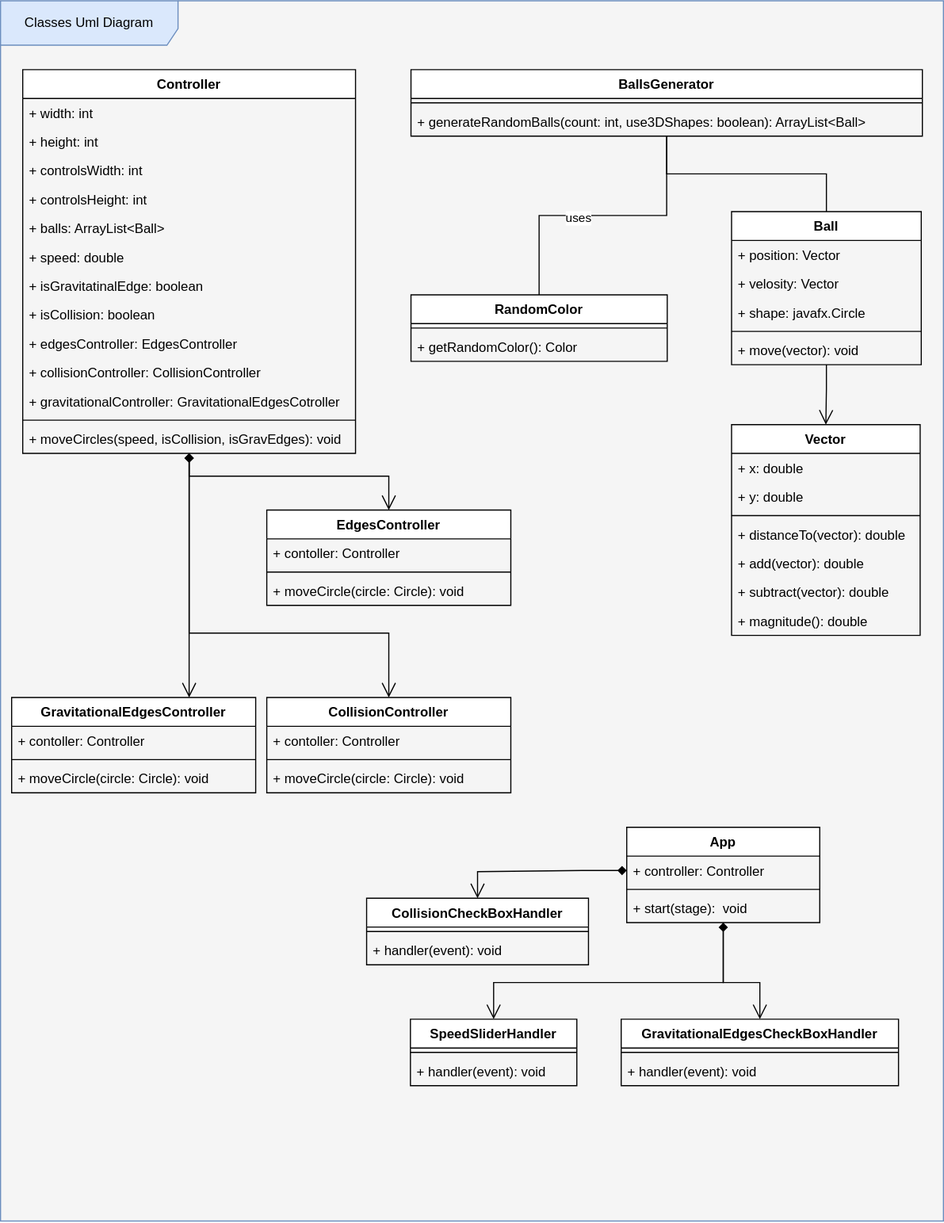
MuhammadSawalhy/bouncing-balls-javafx keeps this draw.io diagram as bouncing-balls-class-uml.svg. Above is the earlier version. Source tidied: cells renumbered, new cells last; positions are measured from the earlier drawing's top-left corner, leaving out a move shared by most shapes.
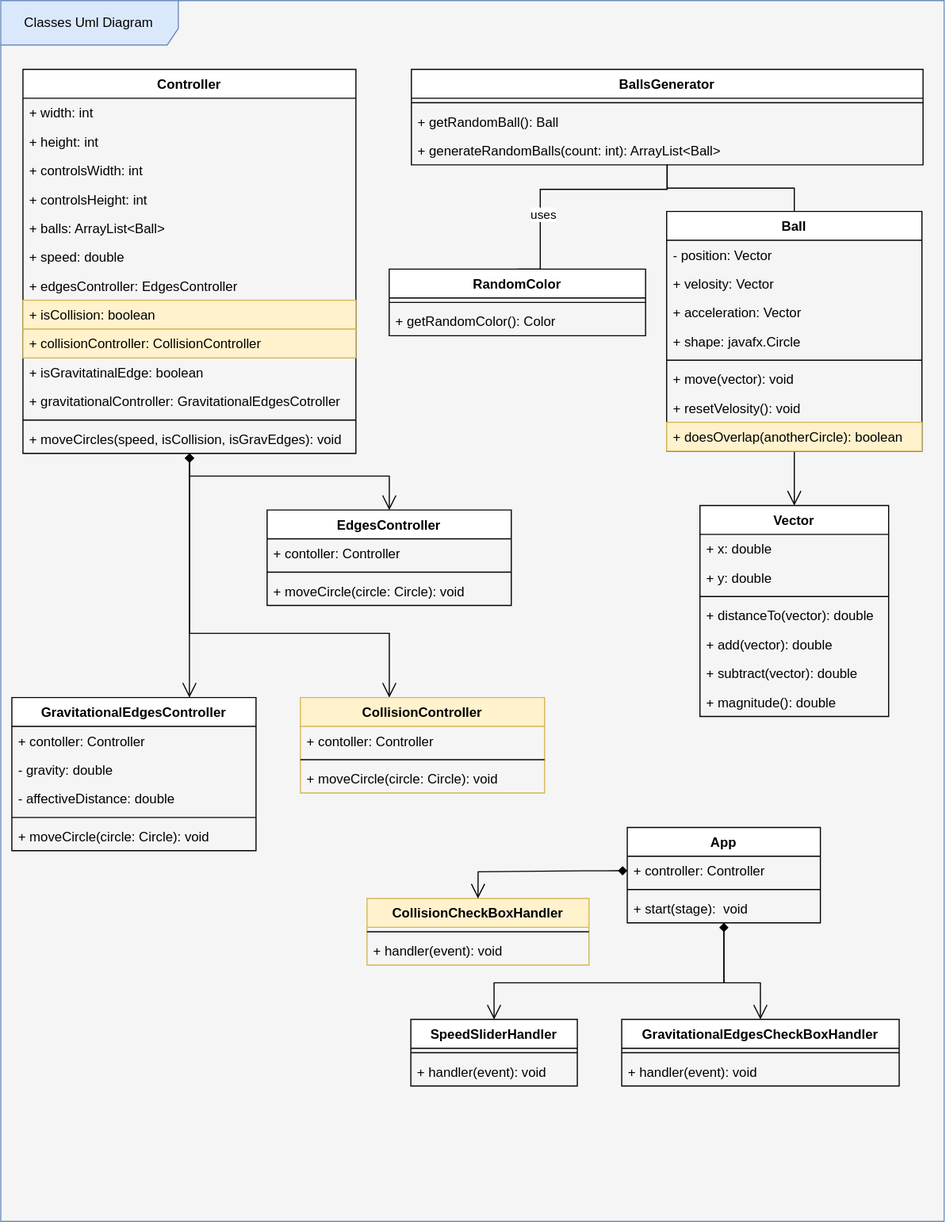
The same diagram one commit later.

Commit message:
Assign tasks, postpone ball collision implementation

Change to the diagram source:
```diff
@@ -45,18 +45,18 @@
     <mxCell id="12" value="+ speed: double" style="text;strokeColor=none;fillColor=none;align=left;verticalAlign=top;spacingLeft=4;spacingRight=4;overflow=hidden;shadow=0;" parent="6" vertex="1">
       <mxGeometry y="156" width="300" height="26" as="geometry" />
     </mxCell>
+    <mxCell id="15" value="+ edgesController: EdgesController" style="text;strokeColor=none;fillColor=none;align=left;verticalAlign=top;spacingLeft=4;spacingRight=4;overflow=hidden;shadow=0;" parent="6" vertex="1">
+      <mxGeometry y="182" width="300" height="26" as="geometry" />
+    </mxCell>
+    <mxCell id="14" value="+ isCollision: boolean" style="text;strokeColor=#d6b656;fillColor=#fff2cc;align=left;verticalAlign=top;spacingLeft=4;spacingRight=4;overflow=hidden;shadow=0;" parent="6" vertex="1">
+      <mxGeometry y="208" width="300" height="26" as="geometry" />
+    </mxCell>
+    <mxCell id="16" value="+ collisionController: CollisionController" style="text;strokeColor=#d6b656;fillColor=#fff2cc;align=left;verticalAlign=top;spacingLeft=4;spacingRight=4;overflow=hidden;shadow=0;" parent="6" vertex="1">
+      <mxGeometry y="234" width="300" height="26" as="geometry" />
+    </mxCell>
     <mxCell id="13" value="+ isGravitatinalEdge: boolean" style="text;strokeColor=none;fillColor=none;align=left;verticalAlign=top;spacingLeft=4;spacingRight=4;overflow=hidden;shadow=0;" parent="6" vertex="1">
-      <mxGeometry y="182" width="300" height="26" as="geometry" />
+      <mxGeometry y="260" width="300" height="26" as="geometry" />
     </mxCell>
-    <mxCell id="14" value="+ isCollision: boolean" style="text;strokeColor=none;fillColor=none;align=left;verticalAlign=top;spacingLeft=4;spacingRight=4;overflow=hidden;shadow=0;" parent="6" vertex="1">
-      <mxGeometry y="208" width="300" height="26" as="geometry" />
-    </mxCell>
-    <mxCell id="15" value="+ edgesController: EdgesController" style="text;strokeColor=none;fillColor=none;align=left;verticalAlign=top;spacingLeft=4;spacingRight=4;overflow=hidden;shadow=0;" parent="6" vertex="1">
-      <mxGeometry y="234" width="300" height="26" as="geometry" />
-    </mxCell>
-    <mxCell id="16" value="+ collisionController: CollisionController" style="text;strokeColor=none;fillColor=none;align=left;verticalAlign=top;spacingLeft=4;spacingRight=4;overflow=hidden;shadow=0;" parent="6" vertex="1">
-      <mxGeometry y="260" width="300" height="26" as="geometry" />
-    </mxCell>
     <mxCell id="17" value="+ gravitationalController: GravitationalEdgesCotroller" style="text;strokeColor=none;fillColor=none;align=left;verticalAlign=top;spacingLeft=4;spacingRight=4;overflow=hidden;shadow=0;" parent="6" vertex="1">
       <mxGeometry y="286" width="300" height="26" as="geometry" />
     </mxCell>
@@ -95,25 +95,35 @@
       <mxGeometry y="60" width="174" height="26" as="geometry" />
     </mxCell>
     <mxCell id="26" style="edgeStyle=orthogonalEdgeStyle;rounded=0;jettySize=auto;html=1;entryX=0.5;entryY=0;entryDx=0;entryDy=0;startArrow=none;startFill=0;endArrow=none;endFill=0;startSize=6;endSize=11;" parent="1" edge="1" source="29" target="32">
-      <mxGeometry relative="1" as="geometry" />
+      <mxGeometry relative="1" as="geometry">
+        <Array as="points">
+          <mxPoint x="600" y="170" />
+          <mxPoint x="486" y="170" />
+        </Array>
+      </mxGeometry>
     </mxCell>
     <mxCell id="27" value="uses" style="edgeLabel;html=1;align=center;verticalAlign=middle;" parent="26" vertex="1">
-      <mxGeometry x="0.18" y="1" relative="1" as="geometry" />
+      <mxGeometry x="0.18" y="1" relative="1" as="geometry">
+        <mxPoint y="21" as="offset" />
+      </mxGeometry>
     </mxCell>
     <mxCell id="28" style="edgeStyle=orthogonalEdgeStyle;rounded=0;jettySize=auto;html=1;startArrow=none;startFill=0;endArrow=none;endFill=0;startSize=6;endSize=11;" parent="1" edge="1" source="29" target="48">
       <mxGeometry relative="1" as="geometry" />
     </mxCell>
     <mxCell id="29" value="BallsGenerator" style="swimlane;fontStyle=1;align=center;verticalAlign=top;horizontal=1;startSize=26;shadow=0;" parent="1" vertex="1">
-      <mxGeometry x="370" y="62" width="461" height="60" as="geometry" />
+      <mxGeometry x="370" y="62" width="461" height="86" as="geometry" />
     </mxCell>
     <mxCell id="30" style="line;strokeWidth=1;fillColor=none;align=left;verticalAlign=middle;spacingTop=-1;spacingLeft=3;spacingRight=3;labelPosition=right;shadow=0;" parent="29" vertex="1">
       <mxGeometry y="26" width="461" height="8" as="geometry" />
     </mxCell>
+    <mxCell id="72" value="+ getRandomBall(): Ball" style="text;strokeColor=none;fillColor=none;align=left;verticalAlign=top;spacingLeft=4;spacingRight=4;overflow=hidden;shadow=0;" parent="29" vertex="1">
+      <mxGeometry y="34" width="461" height="26" as="geometry" />
+    </mxCell>
-    <mxCell id="31" value="+ generateRandomBalls(count: int, use3DShapes: boolean): ArrayList&lt;Ball&gt;" style="text;strokeColor=none;fillColor=none;align=left;verticalAlign=top;spacingLeft=4;spacingRight=4;overflow=hidden;shadow=0;" parent="29" vertex="1">
-      <mxGeometry y="34" width="461" height="26" as="geometry" />
+    <mxCell id="31" value="+ generateRandomBalls(count: int): ArrayList&lt;Ball&gt;" style="text;strokeColor=none;fillColor=none;align=left;verticalAlign=top;spacingLeft=4;spacingRight=4;overflow=hidden;shadow=0;" parent="29" vertex="1">
+      <mxGeometry y="60" width="461" height="26" as="geometry" />
     </mxCell>
     <mxCell id="32" value="RandomColor" style="swimlane;fontStyle=1;align=center;verticalAlign=top;horizontal=1;startSize=26;shadow=0;" parent="1" vertex="1">
-      <mxGeometry x="370" y="265" width="231" height="60" as="geometry" />
+      <mxGeometry x="350" y="242" width="231" height="60" as="geometry" />
     </mxCell>
     <mxCell id="33" style="line;strokeWidth=1;fillColor=none;align=left;verticalAlign=middle;spacingTop=-1;spacingLeft=3;spacingRight=3;labelPosition=right;shadow=0;" parent="32" vertex="1">
       <mxGeometry y="26" width="231" height="8" as="geometry" />
@@ -134,19 +144,25 @@
       <mxGeometry y="60" width="220" height="26" as="geometry" />
     </mxCell>
     <mxCell id="39" value="GravitationalEdgesController" style="swimlane;fontStyle=1;align=center;verticalAlign=top;horizontal=1;startSize=26;shadow=0;" parent="1" vertex="1">
-      <mxGeometry x="10" y="628" width="220" height="86" as="geometry" />
+      <mxGeometry x="10" y="628" width="220" height="138" as="geometry" />
     </mxCell>
     <mxCell id="40" value="+ contoller: Controller" style="text;strokeColor=none;fillColor=none;align=left;verticalAlign=top;spacingLeft=4;spacingRight=4;overflow=hidden;shadow=0;" parent="39" vertex="1">
       <mxGeometry y="26" width="220" height="26" as="geometry" />
     </mxCell>
+    <mxCell id="73" value="- gravity: double" style="text;strokeColor=none;fillColor=none;align=left;verticalAlign=top;spacingLeft=4;spacingRight=4;overflow=hidden;shadow=0;" parent="39" vertex="1">
+      <mxGeometry y="52" width="220" height="26" as="geometry" />
+    </mxCell>
+    <mxCell id="74" value="- affectiveDistance: double" style="text;strokeColor=none;fillColor=none;align=left;verticalAlign=top;spacingLeft=4;spacingRight=4;overflow=hidden;shadow=0;" parent="39" vertex="1">
+      <mxGeometry y="78" width="220" height="26" as="geometry" />
+    </mxCell>
     <mxCell id="41" style="line;strokeWidth=1;fillColor=none;align=left;verticalAlign=middle;spacingTop=-1;spacingLeft=3;spacingRight=3;labelPosition=right;shadow=0;" parent="39" vertex="1">
-      <mxGeometry y="52" width="220" height="8" as="geometry" />
+      <mxGeometry y="104" width="220" height="8" as="geometry" />
     </mxCell>
     <mxCell id="42" value="+ moveCircle(circle: Circle): void" style="text;strokeColor=none;fillColor=none;align=left;verticalAlign=top;spacingLeft=4;spacingRight=4;overflow=hidden;shadow=0;" parent="39" vertex="1">
-      <mxGeometry y="60" width="220" height="26" as="geometry" />
+      <mxGeometry y="112" width="220" height="26" as="geometry" />
     </mxCell>
-    <mxCell id="43" value="CollisionController" style="swimlane;fontStyle=1;align=center;verticalAlign=top;horizontal=1;startSize=26;shadow=0;" parent="1" vertex="1">
-      <mxGeometry x="240" y="628" width="220" height="86" as="geometry" />
+    <mxCell id="43" value="CollisionController" style="swimlane;fontStyle=1;align=center;verticalAlign=top;horizontal=1;startSize=26;shadow=0;fillColor=#fff2cc;strokeColor=#d6b656;" parent="1" vertex="1">
+      <mxGeometry x="270" y="628" width="220" height="86" as="geometry" />
     </mxCell>
     <mxCell id="44" value="+ contoller: Controller" style="text;strokeColor=none;fillColor=none;align=left;verticalAlign=top;spacingLeft=4;spacingRight=4;overflow=hidden;shadow=0;" parent="43" vertex="1">
       <mxGeometry y="26" width="220" height="26" as="geometry" />
@@ -161,25 +177,34 @@
       <mxGeometry relative="1" as="geometry" />
     </mxCell>
     <mxCell id="48" value="Ball" style="swimlane;fontStyle=1;align=center;verticalAlign=top;horizontal=1;startSize=26;shadow=0;" parent="1" vertex="1">
-      <mxGeometry x="659" y="190" width="171" height="138" as="geometry" />
+      <mxGeometry x="600" y="190" width="230" height="216" as="geometry" />
     </mxCell>
-    <mxCell id="49" value="+ position: Vector" style="text;strokeColor=none;fillColor=none;align=left;verticalAlign=top;spacingLeft=4;spacingRight=4;overflow=hidden;shadow=0;" parent="48" vertex="1">
-      <mxGeometry y="26" width="171" height="26" as="geometry" />
+    <mxCell id="49" value="- position: Vector" style="text;strokeColor=none;fillColor=none;align=left;verticalAlign=top;spacingLeft=4;spacingRight=4;overflow=hidden;shadow=0;" parent="48" vertex="1">
+      <mxGeometry y="26" width="230" height="26" as="geometry" />
     </mxCell>
     <mxCell id="50" value="+ velosity: Vector" style="text;strokeColor=none;fillColor=none;align=left;verticalAlign=top;spacingLeft=4;spacingRight=4;overflow=hidden;shadow=0;" parent="48" vertex="1">
-      <mxGeometry y="52" width="171" height="26" as="geometry" />
+      <mxGeometry y="52" width="230" height="26" as="geometry" />
     </mxCell>
+    <mxCell id="75" value="+ acceleration: Vector" style="text;strokeColor=none;fillColor=none;align=left;verticalAlign=top;spacingLeft=4;spacingRight=4;overflow=hidden;shadow=0;" parent="48" vertex="1">
+      <mxGeometry y="78" width="230" height="26" as="geometry" />
+    </mxCell>
     <mxCell id="51" value="+ shape: javafx.Circle" style="text;strokeColor=none;fillColor=none;align=left;verticalAlign=top;spacingLeft=4;spacingRight=4;overflow=hidden;shadow=0;" parent="48" vertex="1">
-      <mxGeometry y="78" width="171" height="26" as="geometry" />
+      <mxGeometry y="104" width="230" height="26" as="geometry" />
     </mxCell>
     <mxCell id="52" style="line;strokeWidth=1;fillColor=none;align=left;verticalAlign=middle;spacingTop=-1;spacingLeft=3;spacingRight=3;labelPosition=right;shadow=0;" parent="48" vertex="1">
-      <mxGeometry y="104" width="171" height="8" as="geometry" />
+      <mxGeometry y="130" width="230" height="8" as="geometry" />
     </mxCell>
     <mxCell id="53" value="+ move(vector): void" style="text;strokeColor=none;fillColor=none;align=left;verticalAlign=top;spacingLeft=4;spacingRight=4;overflow=hidden;shadow=0;" parent="48" vertex="1">
-      <mxGeometry y="112" width="171" height="26" as="geometry" />
+      <mxGeometry y="138" width="230" height="26" as="geometry" />
     </mxCell>
+    <mxCell id="76" value="+ resetVelosity(): void" style="text;strokeColor=none;fillColor=none;align=left;verticalAlign=top;spacingLeft=4;spacingRight=4;overflow=hidden;shadow=0;" parent="48" vertex="1">
+      <mxGeometry y="164" width="230" height="26" as="geometry" />
+    </mxCell>
+    <mxCell id="77" value="+ doesOverlap(anotherCircle): boolean" style="text;strokeColor=#d6b656;fillColor=#fff2cc;align=left;verticalAlign=top;spacingLeft=4;spacingRight=4;overflow=hidden;shadow=0;" parent="48" vertex="1">
+      <mxGeometry y="190" width="230" height="26" as="geometry" />
+    </mxCell>
     <mxCell id="54" value="Vector" style="swimlane;fontStyle=1;align=center;verticalAlign=top;horizontal=1;startSize=26;shadow=0;" parent="1" vertex="1">
-      <mxGeometry x="659" y="382" width="170" height="190" as="geometry" />
+      <mxGeometry x="630" y="455" width="170" height="190" as="geometry" />
     </mxCell>
     <mxCell id="55" value="+ x: double" style="text;strokeColor=none;fillColor=none;align=left;verticalAlign=top;spacingLeft=4;spacingRight=4;overflow=hidden;shadow=0;" parent="54" vertex="1">
       <mxGeometry y="26" width="170" height="26" as="geometry" />
@@ -202,7 +227,7 @@
     <mxCell id="61" value="+ magnitude(): double" style="text;strokeColor=none;fillColor=none;align=left;verticalAlign=top;spacingLeft=4;spacingRight=4;overflow=hidden;shadow=0;" parent="54" vertex="1">
       <mxGeometry y="164" width="170" height="26" as="geometry" />
     </mxCell>
-    <mxCell id="62" value="CollisionCheckBoxHandler" style="swimlane;fontStyle=1;align=center;verticalAlign=top;horizontal=1;startSize=26;shadow=0;" parent="1" vertex="1">
+    <mxCell id="62" value="CollisionCheckBoxHandler" style="swimlane;fontStyle=1;align=center;verticalAlign=top;horizontal=1;startSize=26;shadow=0;fillColor=#fff2cc;strokeColor=#d6b656;" parent="1" vertex="1">
       <mxGeometry x="330" y="809" width="200" height="60" as="geometry" />
     </mxCell>
     <mxCell id="63" style="line;strokeWidth=1;fillColor=none;align=left;verticalAlign=middle;spacingTop=-1;spacingLeft=3;spacingRight=3;labelPosition=right;shadow=0;" parent="62" vertex="1">
```
